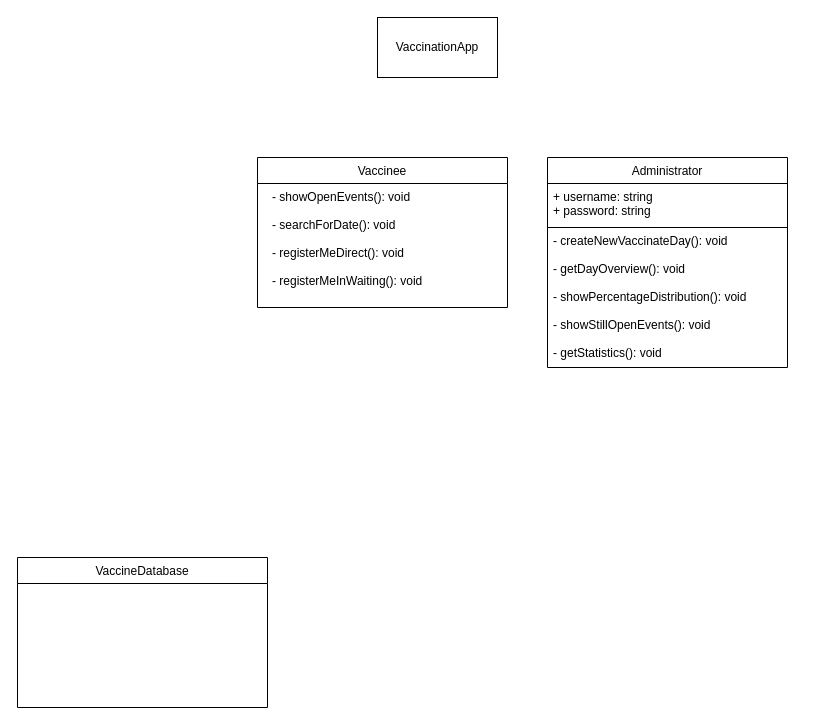
Above: diagrams/VAClassDiagram.drawio in vale-sch/EndabgabeSofwareDesign (draw.io), before the change. Source tidied: cells renumbered, new cells numbered last; positions are measured from the earlier drawing's top-left corner, leaving out a move shared by most shapes. Both pictures are drawn from the tidied source at 100%, with x=0, y=0 at pixel (17, 17).
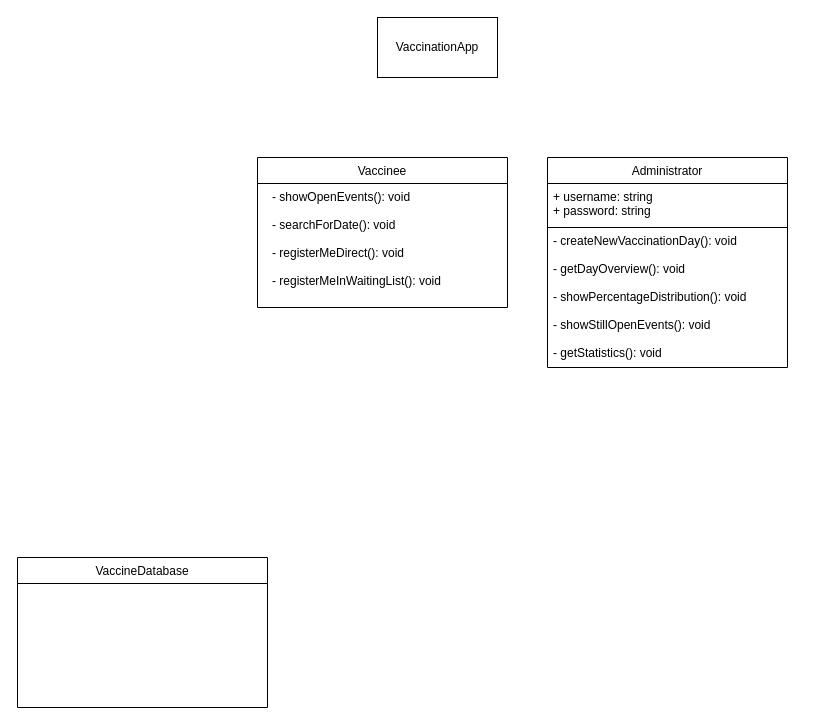
The same page after the edit.

The edit, as a diff of the source:
```diff
@@
 <mxGraphModel>
   <root>
     <mxCell id="0" />
     <mxCell id="1" parent="0" />
     <mxCell id="2" value="Administrator" style="swimlane;fontStyle=0;horizontal=1;startSize=26;" parent="1" vertex="1">
       <mxGeometry x="530" y="140" width="240" height="210" as="geometry" />
     </mxCell>
     <mxCell id="3" value="+ username: string&#10;+ password: string" style="text;fillColor=none;align=left;verticalAlign=top;spacingLeft=4;spacingRight=4;overflow=hidden;strokeColor=#000000;" parent="2" vertex="1">
       <mxGeometry y="26" width="240" height="44" as="geometry" />
     </mxCell>
-    <mxCell id="4" value="- createNewVaccinateDay(): void&#10;&#10;- getDayOverview(): void&#10;&#10;- showPercentageDistribution(): void&#10;&#10;- showStillOpenEvents(): void&#10;&#10;- getStatistics(): void&#10;&#10;&#10;" style="text;strokeColor=none;fillColor=none;align=left;verticalAlign=top;spacingLeft=4;spacingRight=4;overflow=hidden;" parent="2" vertex="1">
+    <mxCell id="4" value="- createNewVaccinationDay(): void&#10;&#10;- getDayOverview(): void&#10;&#10;- showPercentageDistribution(): void&#10;&#10;- showStillOpenEvents(): void&#10;&#10;- getStatistics(): void&#10;&#10;&#10;" style="text;strokeColor=none;fillColor=none;align=left;verticalAlign=top;spacingLeft=4;spacingRight=4;overflow=hidden;" parent="2" vertex="1">
       <mxGeometry y="70" width="240" height="140" as="geometry" />
     </mxCell>
     <mxCell id="5" style="rounded=0;orthogonalLoop=1;jettySize=auto;html=1;entryX=1;entryY=0.5;entryDx=0;entryDy=0;" parent="1" edge="1" source="2" target="2">
       <mxGeometry relative="1" as="geometry" />
     </mxCell>
     <mxCell id="6" value="VaccinationApp" style="rounded=0;whiteSpace=wrap;html=1;strokeColor=#000000;" parent="1" vertex="1">
       <mxGeometry x="360" width="120" height="60" as="geometry" />
     </mxCell>
     <mxCell id="7" value="Vaccinee" style="swimlane;fontStyle=0;horizontal=1;startSize=26;verticalAlign=middle;spacingTop=0;" parent="1" vertex="1">
       <mxGeometry x="240" y="140" width="250" height="150" as="geometry" />
     </mxCell>
-    <mxCell id="8" value="- showOpenEvents(): void&#10;&#10;- searchForDate(): void&#10;&#10;- registerMeDirect(): void&#10;&#10;- registerMeInWaiting(): void&#10;" style="text;strokeColor=none;fillColor=none;align=left;verticalAlign=middle;spacingLeft=8;spacingRight=4;overflow=hidden;spacing=7;horizontal=1;fontSize=12;" parent="7" vertex="1">
+    <mxCell id="8" value="- showOpenEvents(): void&#10;&#10;- searchForDate(): void&#10;&#10;- registerMeDirect(): void&#10;&#10;- registerMeInWaitingList(): void&#10;" style="text;strokeColor=none;fillColor=none;align=left;verticalAlign=middle;spacingLeft=8;spacingRight=4;overflow=hidden;spacing=7;horizontal=1;fontSize=12;" parent="7" vertex="1">
       <mxGeometry y="26" width="250" height="124" as="geometry" />
     </mxCell>
     <mxCell id="9" value="VaccineDatabase" style="swimlane;fontStyle=0;horizontal=1;startSize=26;verticalAlign=middle;spacingTop=0;" parent="1" vertex="1">
       <mxGeometry y="540" width="250" height="150" as="geometry" />
     </mxCell>
   </root>
 </mxGraphModel>
```
